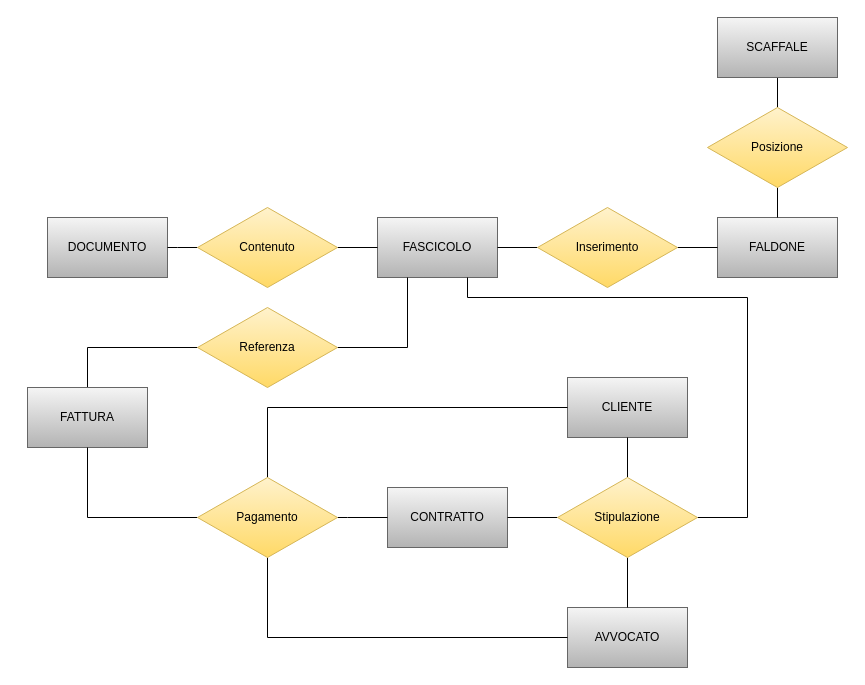
The draw.io diagram Scheletro.drawio in AndreaCiv/BasiDiDati, before the edit. Source tidied: cells renumbered, new cells numbered last; positions are measured from the earlier drawing's top-left corner, leaving out a move shared by most shapes. Both pictures are drawn from the tidied source at 100%, with x=0, y=0 at pixel (27, 17).
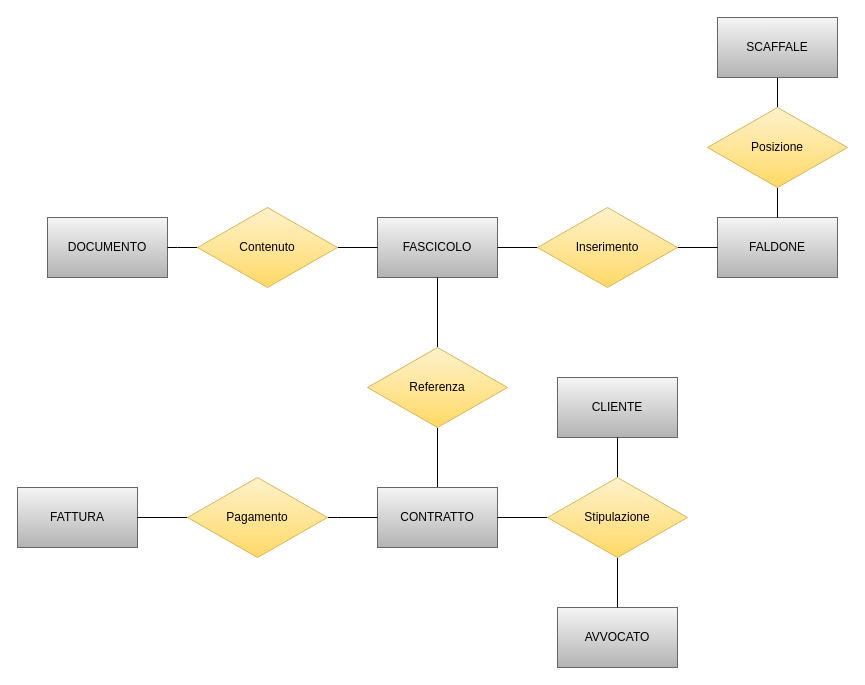
The same diagram, later.

Unchanged cells that the change refers to:
```xml
<mxCell id="5" value="FASCICOLO" style="rounded=0;whiteSpace=wrap;html=1;fillColor=#f5f5f5;gradientColor=#b3b3b3;strokeColor=#666666;" parent="1" vertex="1">
  <mxGeometry x="350" y="200" width="120" height="60" as="geometry" />
</mxCell>
```

The edit, as a diff of the source:
```diff
@@
     <mxCell id="2" value="CLIENTE" style="rounded=0;whiteSpace=wrap;html=1;fillColor=#f5f5f5;strokeColor=#666666;gradientColor=#b3b3b3;" parent="1" vertex="1">
-      <mxGeometry x="540" y="360" width="120" height="60" as="geometry" />
+      <mxGeometry x="530" y="360" width="120" height="60" as="geometry" />
     </mxCell>
+    <mxCell id="32" style="edgeStyle=orthogonalEdgeStyle;rounded=0;jettySize=auto;html=1;endArrow=none;endFill=0;" parent="1" edge="1" source="3" target="31">
+      <mxGeometry relative="1" as="geometry" />
+    </mxCell>
     <mxCell id="3" value="CONTRATTO" style="rounded=0;whiteSpace=wrap;html=1;fillColor=#f5f5f5;gradientColor=#b3b3b3;strokeColor=#666666;" parent="1" vertex="1">
-      <mxGeometry x="360" y="470" width="120" height="60" as="geometry" />
+      <mxGeometry x="350" y="470" width="120" height="60" as="geometry" />
     </mxCell>
     <mxCell id="4" value="AVVOCATO" style="rounded=0;whiteSpace=wrap;html=1;fillColor=#f5f5f5;gradientColor=#b3b3b3;strokeColor=#666666;" parent="1" vertex="1">
-      <mxGeometry x="540" y="590" width="120" height="60" as="geometry" />
+      <mxGeometry x="530" y="590" width="120" height="60" as="geometry" />
     </mxCell>
@@
-    <mxCell id="7" style="edgeStyle=orthogonalEdgeStyle;rounded=0;jettySize=auto;html=1;entryX=0;entryY=0.5;entryDx=0;entryDy=0;endArrow=none;endFill=0;" parent="1" edge="1" source="8" target="31">
-      <mxGeometry relative="1" as="geometry">
-        <Array as="points">
-          <mxPoint x="60" y="330" />
-        </Array>
-      </mxGeometry>
-    </mxCell>
     <mxCell id="8" value="FATTURA" style="rounded=0;whiteSpace=wrap;html=1;fillColor=#f5f5f5;gradientColor=#b3b3b3;strokeColor=#666666;" parent="1" vertex="1">
-      <mxGeometry y="370" width="120" height="60" as="geometry" />
+      <mxGeometry x="-10" y="470" width="120" height="60" as="geometry" />
     </mxCell>
@@
-    <mxCell id="13" style="edgeStyle=orthogonalEdgeStyle;rounded=0;jettySize=auto;html=1;endArrow=none;endFill=0;" parent="1" edge="1" source="14">
-      <mxGeometry relative="1" as="geometry">
-        <mxPoint x="440" y="260" as="targetPoint" />
-        <Array as="points">
-          <mxPoint x="720" y="500" />
-          <mxPoint x="720" y="280" />
-          <mxPoint x="440" y="280" />
-        </Array>
-      </mxGeometry>
-    </mxCell>
     <mxCell id="14" value="Stipulazione" style="rhombus;whiteSpace=wrap;html=1;fillColor=#fff2cc;gradientColor=#ffd966;strokeColor=#d6b656;" parent="1" vertex="1">
-      <mxGeometry x="530" y="460" width="140" height="80" as="geometry" />
+      <mxGeometry x="520" y="460" width="140" height="80" as="geometry" />
     </mxCell>
@@
     <mxCell id="21" style="edgeStyle=orthogonalEdgeStyle;rounded=0;jettySize=auto;html=1;startArrow=none;startFill=0;endArrow=none;endFill=0;" parent="1" edge="1" source="25" target="3">
       <mxGeometry relative="1" as="geometry">
         <Array as="points">
-          <mxPoint x="320" y="500" />
-          <mxPoint x="320" y="500" />
+          <mxPoint x="310" y="500" />
+          <mxPoint x="310" y="500" />
         </Array>
       </mxGeometry>
     </mxCell>
@@
-    <mxCell id="23" style="edgeStyle=orthogonalEdgeStyle;rounded=0;jettySize=auto;html=1;startArrow=none;startFill=0;endArrow=none;endFill=0;entryX=0;entryY=0.5;entryDx=0;entryDy=0;" parent="1" edge="1" source="25" target="2">
-      <mxGeometry relative="1" as="geometry">
-        <Array as="points">
-          <mxPoint x="240" y="390" />
-        </Array>
-      </mxGeometry>
-    </mxCell>
-    <mxCell id="24" style="edgeStyle=orthogonalEdgeStyle;rounded=0;jettySize=auto;html=1;startArrow=none;startFill=0;endArrow=none;endFill=0;entryX=0;entryY=0.5;entryDx=0;entryDy=0;" parent="1" edge="1" source="25" target="4">
-      <mxGeometry relative="1" as="geometry">
-        <Array as="points">
-          <mxPoint x="240" y="620" />
-        </Array>
-      </mxGeometry>
-    </mxCell>
     <mxCell id="25" value="Pagamento" style="rhombus;whiteSpace=wrap;html=1;fillColor=#fff2cc;gradientColor=#ffd966;strokeColor=#d6b656;" parent="1" vertex="1">
-      <mxGeometry x="170" y="460" width="140" height="80" as="geometry" />
+      <mxGeometry x="160" y="460" width="140" height="80" as="geometry" />
     </mxCell>
@@
-    <mxCell id="30" style="edgeStyle=orthogonalEdgeStyle;rounded=0;jettySize=auto;html=1;entryX=0.25;entryY=1;entryDx=0;entryDy=0;endArrow=none;endFill=0;" parent="1" edge="1" source="31" target="5">
+    <mxCell id="30" style="edgeStyle=orthogonalEdgeStyle;rounded=0;jettySize=auto;html=1;endArrow=none;endFill=0;" parent="1" edge="1" source="31" target="5">
       <mxGeometry relative="1" as="geometry" />
     </mxCell>
     <mxCell id="31" value="Referenza" style="rhombus;whiteSpace=wrap;html=1;fillColor=#fff2cc;gradientColor=#ffd966;strokeColor=#d6b656;" parent="1" vertex="1">
-      <mxGeometry x="170" y="290" width="140" height="80" as="geometry" />
+      <mxGeometry x="340" y="330" width="140" height="80" as="geometry" />
     </mxCell>
```
